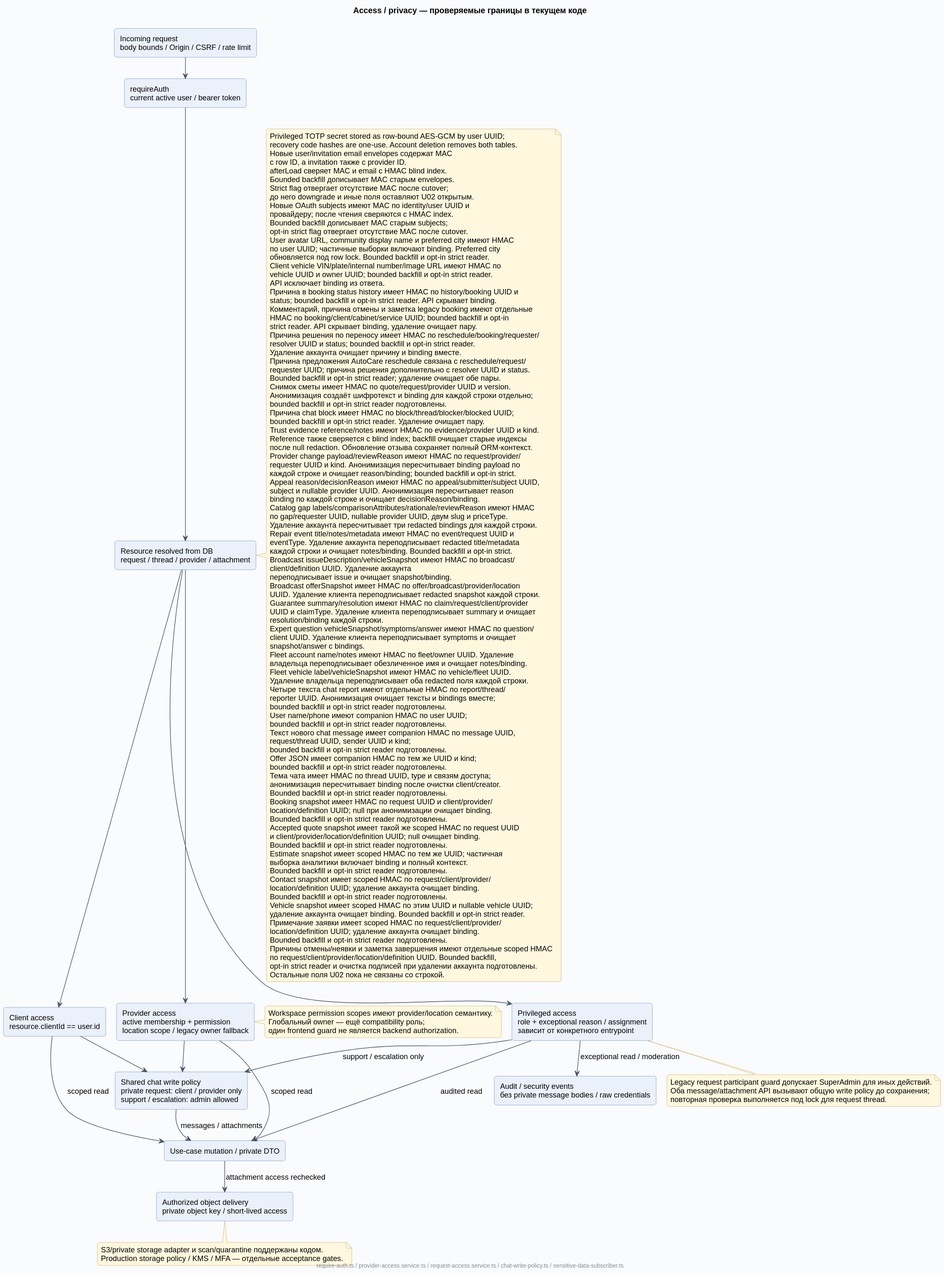
Before: docs/diagrams/rendered/09-access-privacy.svg, a diagram exported from PlantUML (Dima163163/auto-care-hub).
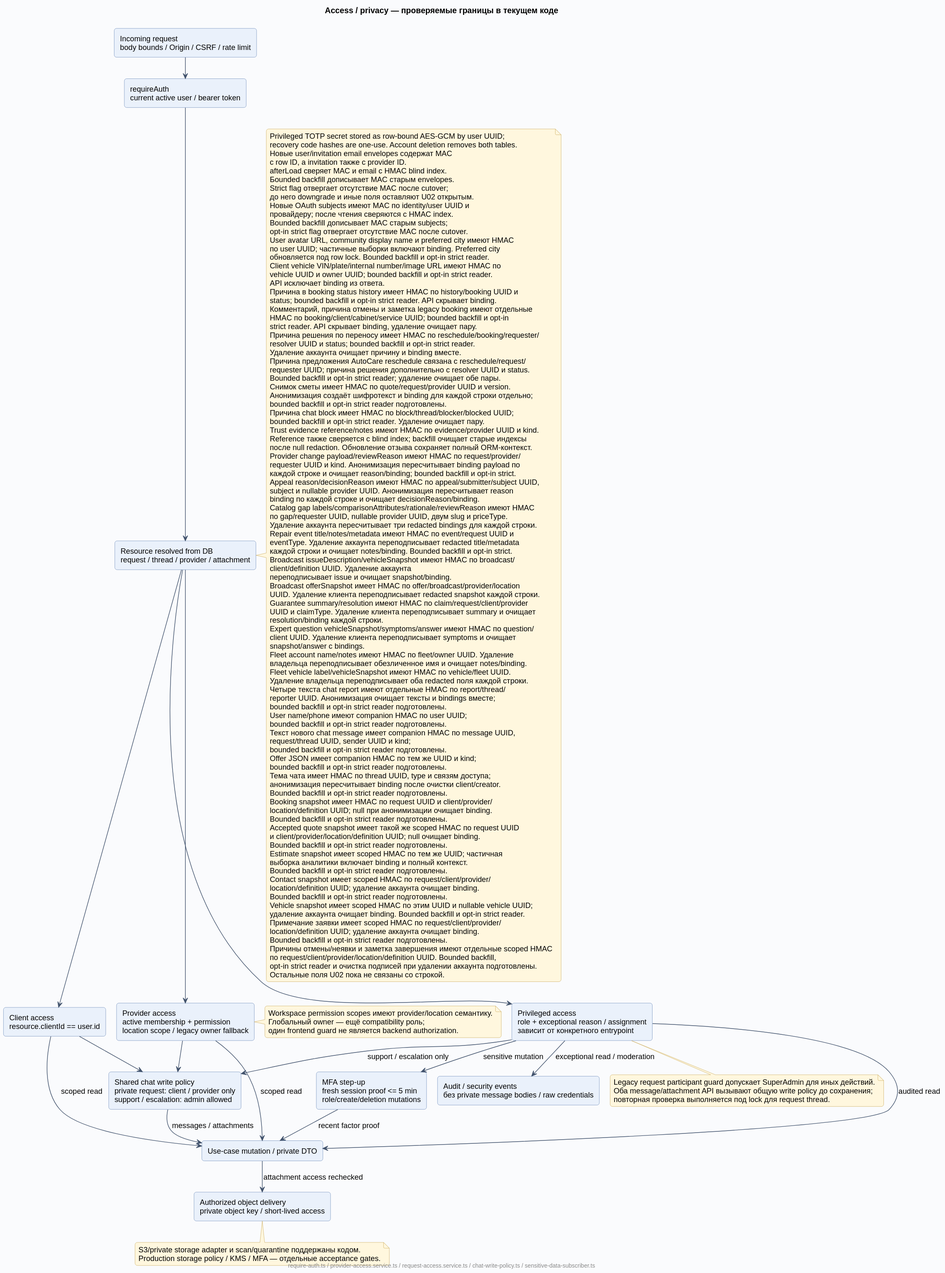
Later version of the same file.

Change to the diagram source:
```diff
@@ -8,6 +8,7 @@
 component "Client access\nresource.clientId == user.id" as Client
 component "Provider access\nactive membership + permission\nlocation scope / legacy owner fallback" as Provider
 component "Privileged access\nrole + exceptional reason / assignment\nзависит от конкретного entrypoint" as Admin
+component "MFA step-up\nfresh session proof <= 5 min\nrole/create/deletion mutations" as StepUp
 component "Shared chat write policy\nprivate request: client / provider only\nsupport / escalation: admin allowed" as ChatWrite
 component "Use-case mutation / private DTO" as Result
 component "Authorized object delivery\nprivate object key / short-lived access" as Object
@@ -20,6 +21,8 @@
 Client --> Result : scoped read
 Provider --> Result : scoped read
 Admin --> Result : audited read
+Admin --> StepUp : sensitive mutation
+StepUp --> Result : recent factor proof
 Client --> ChatWrite
 Provider --> ChatWrite
 Admin --> ChatWrite : support / escalation only
```
